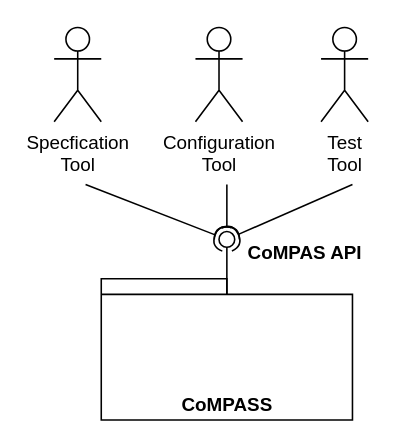
This is page "Context" (4 of 5) of blob-files/CoMPAS.drawio from com-pas/compas-architecture, a draw.io file, before an edit. Source tidied: cells renumbered, new cells numbered last; positions are measured from the earlier drawing's top-left corner, leaving out a move shared by most shapes. Both pictures are drawn from the tidied source at 157%, with x=0, y=0 at pixel (53, 27).
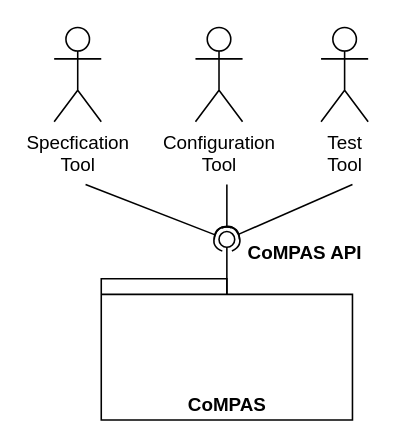
After the change.

Diff of the diagram source:
```diff
@@
 <mxGraphModel>
   <root>
     <mxCell id="0" />
     <mxCell id="1" parent="0" />
-    <mxCell id="2" value="CoMPASS" style="shape=folder;fontStyle=1;spacingTop=10;tabWidth=80;tabHeight=10;tabPosition=left;html=1;verticalAlign=bottom;" parent="1" vertex="1">
+    <mxCell id="2" value="CoMPAS" style="shape=folder;fontStyle=1;spacingTop=10;tabWidth=80;tabHeight=10;tabPosition=left;html=1;verticalAlign=bottom;" parent="1" vertex="1">
       <mxGeometry x="30" y="160" width="160" height="90" as="geometry" />
     </mxCell>
     <mxCell id="3" value="Specfication&lt;br&gt;Tool" style="shape=umlActor;verticalLabelPosition=bottom;verticalAlign=top;html=1;" parent="1" vertex="1">
       <mxGeometry width="30" height="60" as="geometry" />
     </mxCell>
     <mxCell id="4" value="Configuration&lt;br&gt;Tool" style="shape=umlActor;verticalLabelPosition=bottom;verticalAlign=top;html=1;" parent="1" vertex="1">
       <mxGeometry x="90" width="30" height="60" as="geometry" />
     </mxCell>
     <mxCell id="5" value="Test&lt;br&gt;Tool" style="shape=umlActor;verticalLabelPosition=bottom;verticalAlign=top;html=1;" parent="1" vertex="1">
       <mxGeometry x="170" width="30" height="60" as="geometry" />
     </mxCell>
     <mxCell id="6" style="rounded=0;jettySize=auto;html=1;endArrow=none;endFill=0;exitX=0;exitY=0;exitDx=80;exitDy=10;exitPerimeter=0;" parent="1" edge="1" source="2" target="8">
       <mxGeometry relative="1" as="geometry" />
     </mxCell>
     <mxCell id="7" style="rounded=0;jettySize=auto;html=1;endArrow=halfCircle;endFill=0;entryX=0.5;entryY=0.5;entryDx=0;entryDy=0;endSize=6;strokeWidth=1;" parent="1" edge="1" target="8">
       <mxGeometry relative="1" as="geometry">
         <mxPoint x="20" y="100" as="sourcePoint" />
       </mxGeometry>
     </mxCell>
     <mxCell id="8" style="ellipse;whiteSpace=wrap;html=1;fontFamily=Helvetica;fontSize=12;fontColor=#000000;align=center;strokeColor=#000000;fillColor=#ffffff;points=[];" parent="1" vertex="1">
       <mxGeometry x="105" y="130" width="10" height="10" as="geometry" />
     </mxCell>
     <mxCell id="9" style="rounded=0;orthogonalLoop=1;jettySize=auto;html=1;endArrow=halfCircle;endFill=0;entryX=0.5;entryY=0.5;entryDx=0;entryDy=0;endSize=6;strokeWidth=1;" parent="1" edge="1">
       <mxGeometry relative="1" as="geometry">
         <mxPoint x="110" y="100" as="sourcePoint" />
         <mxPoint x="110" y="135" as="targetPoint" />
       </mxGeometry>
     </mxCell>
     <mxCell id="10" style="rounded=0;orthogonalLoop=1;jettySize=auto;html=1;endArrow=halfCircle;endFill=0;entryX=0.5;entryY=0.5;entryDx=0;entryDy=0;endSize=6;strokeWidth=1;" parent="1" edge="1">
       <mxGeometry relative="1" as="geometry">
         <mxPoint x="190" y="100" as="sourcePoint" />
         <mxPoint x="110" y="135" as="targetPoint" />
       </mxGeometry>
     </mxCell>
     <mxCell id="11" value="CoMPAS API" style="text;align=center;fontStyle=1;verticalAlign=middle;spacingLeft=3;spacingRight=3;strokeColor=none;" parent="1" vertex="1">
       <mxGeometry x="120" y="130" width="80" height="26" as="geometry" />
     </mxCell>
   </root>
 </mxGraphModel>
```
